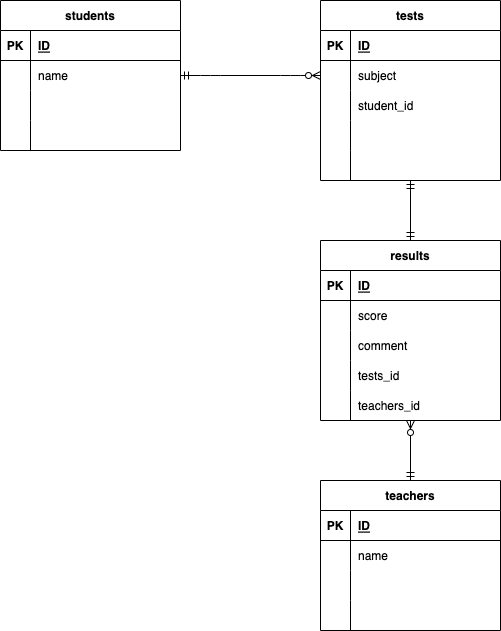
Above: exercise.drawio.png in tanakak2206/Database-design-exercise (draw.io), before the change. Source tidied: cells renumbered, new cells last; positions are measured from the earlier drawing's top-left corner, leaving out a move shared by most shapes.
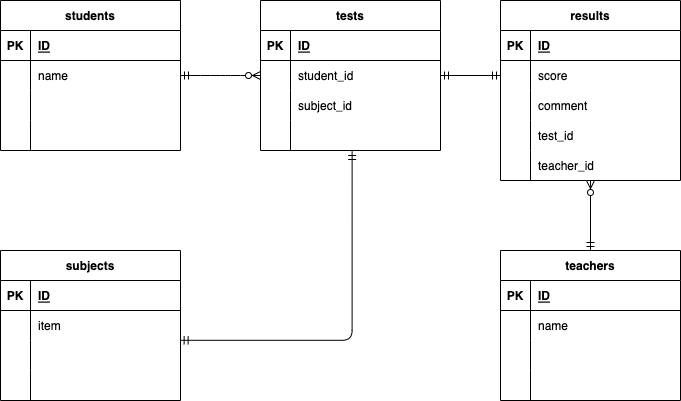
After the change.

Diff of the diagram source:
```diff
@@ -42,7 +42,7 @@
       <mxGeometry x="30" width="150" height="30" as="geometry" />
     </mxCell>
     <mxCell id="15" value="tests" style="shape=table;startSize=30;rowLines=0;fontStyle=1;align=center;" parent="1" vertex="1">
-      <mxGeometry x="320" width="180" height="180" as="geometry" />
+      <mxGeometry x="260" width="180" height="150" as="geometry" />
     </mxCell>
     <mxCell id="16" style="shape=partialRectangle;fillColor=none;top=0;left=0;bottom=1;right=0;" parent="15" vertex="1">
       <mxGeometry y="30" width="180" height="30" as="geometry" />
@@ -59,7 +59,7 @@
     <mxCell id="20" style="shape=partialRectangle;fillColor=none;top=0;left=0;bottom=0;right=0;overflow=hidden;" parent="19" vertex="1">
       <mxGeometry width="30" height="30" as="geometry" />
     </mxCell>
-    <mxCell id="21" value="subject" style="shape=partialRectangle;fillColor=none;top=0;left=0;bottom=0;right=0;align=left;spacingLeft=6;overflow=hidden;" parent="19" vertex="1">
+    <mxCell id="21" value="student_id" style="shape=partialRectangle;fillColor=none;top=0;left=0;bottom=0;right=0;align=left;spacingLeft=6;overflow=hidden;" parent="19" vertex="1">
       <mxGeometry x="30" width="150" height="30" as="geometry" />
     </mxCell>
     <mxCell id="22" style="shape=partialRectangle;fillColor=none;top=0;left=0;bottom=0;right=0;" parent="15" vertex="1">
@@ -68,7 +68,7 @@
     <mxCell id="23" style="shape=partialRectangle;fillColor=none;top=0;left=0;bottom=0;right=0;overflow=hidden;" parent="22" vertex="1">
       <mxGeometry width="30" height="30" as="geometry" />
     </mxCell>
-    <mxCell id="24" value="student_id" style="shape=partialRectangle;fillColor=none;top=0;left=0;bottom=0;right=0;align=left;spacingLeft=6;overflow=hidden;" parent="22" vertex="1">
+    <mxCell id="24" value="subject_id" style="shape=partialRectangle;fillColor=none;top=0;left=0;bottom=0;right=0;align=left;spacingLeft=6;overflow=hidden;" parent="22" vertex="1">
       <mxGeometry x="30" width="150" height="30" as="geometry" />
     </mxCell>
     <mxCell id="25" style="shape=partialRectangle;fillColor=none;top=0;left=0;bottom=0;right=0;points=[[0,0.5],[1,0.5]];portConstraint=eastwest;" parent="15" vertex="1">
@@ -80,17 +80,8 @@
     <mxCell id="27" style="shape=partialRectangle;fillColor=none;top=0;left=0;bottom=0;right=0;align=left;spacingLeft=6;overflow=hidden;" parent="25" vertex="1">
       <mxGeometry x="30" width="150" height="30" as="geometry" />
     </mxCell>
-    <mxCell id="28" style="shape=partialRectangle;fillColor=none;top=0;left=0;bottom=0;right=0;" parent="15" vertex="1">
-      <mxGeometry y="150" width="180" height="30" as="geometry" />
-    </mxCell>
-    <mxCell id="29" style="shape=partialRectangle;fillColor=none;top=0;left=0;bottom=0;right=0;overflow=hidden;" parent="28" vertex="1">
-      <mxGeometry width="30" height="30" as="geometry" />
-    </mxCell>
-    <mxCell id="30" style="shape=partialRectangle;fillColor=none;top=0;left=0;bottom=0;right=0;align=left;spacingLeft=6;overflow=hidden;" parent="28" vertex="1">
-      <mxGeometry x="30" width="150" height="30" as="geometry" />
-    </mxCell>
     <mxCell id="31" value="results" style="shape=table;startSize=30;rowLines=0;fontStyle=1;align=center;" parent="1" vertex="1">
-      <mxGeometry x="320" y="240" width="180" height="180" as="geometry" />
+      <mxGeometry x="500" width="180" height="180" as="geometry" />
     </mxCell>
     <mxCell id="32" style="shape=partialRectangle;fillColor=none;top=0;left=0;bottom=1;right=0;" parent="31" vertex="1">
       <mxGeometry y="30" width="180" height="30" as="geometry" />
@@ -125,7 +116,7 @@
     <mxCell id="42" style="shape=partialRectangle;fillColor=none;top=0;left=0;bottom=0;right=0;overflow=hidden;" parent="41" vertex="1">
       <mxGeometry width="30" height="30" as="geometry" />
     </mxCell>
-    <mxCell id="43" value="tests_id" style="shape=partialRectangle;fillColor=none;top=0;left=0;bottom=0;right=0;align=left;spacingLeft=6;overflow=hidden;" parent="41" vertex="1">
+    <mxCell id="43" value="test_id" style="shape=partialRectangle;fillColor=none;top=0;left=0;bottom=0;right=0;align=left;spacingLeft=6;overflow=hidden;" parent="41" vertex="1">
       <mxGeometry x="30" width="150" height="30" as="geometry" />
     </mxCell>
     <mxCell id="44" style="shape=partialRectangle;fillColor=none;top=0;left=0;bottom=0;right=0;" parent="31" vertex="1">
@@ -134,11 +125,11 @@
     <mxCell id="45" style="shape=partialRectangle;fillColor=none;top=0;left=0;bottom=0;right=0;overflow=hidden;" parent="44" vertex="1">
       <mxGeometry width="30" height="30" as="geometry" />
     </mxCell>
-    <mxCell id="46" value="teachers_id" style="shape=partialRectangle;fillColor=none;top=0;left=0;bottom=0;right=0;align=left;spacingLeft=6;overflow=hidden;" parent="44" vertex="1">
+    <mxCell id="46" value="teacher_id" style="shape=partialRectangle;fillColor=none;top=0;left=0;bottom=0;right=0;align=left;spacingLeft=6;overflow=hidden;" parent="44" vertex="1">
       <mxGeometry x="30" width="150" height="30" as="geometry" />
     </mxCell>
     <mxCell id="47" value="teachers" style="shape=table;startSize=30;rowLines=0;fontStyle=1;align=center;" parent="1" vertex="1">
-      <mxGeometry x="320" y="480" width="180" height="150" as="geometry" />
+      <mxGeometry x="500" y="250" width="180" height="150" as="geometry" />
     </mxCell>
     <mxCell id="48" style="shape=partialRectangle;fillColor=none;top=0;left=0;bottom=1;right=0;" parent="47" vertex="1">
       <mxGeometry y="30" width="180" height="30" as="geometry" />
@@ -181,13 +172,57 @@
     </mxCell>
     <mxCell id="61" style="fontSize=12;html=1;endArrow=ERzeroToMany;startArrow=ERmandOne;exitX=0.5;exitY=0;exitDx=0;exitDy=0;" parent="1" edge="1" source="47">
       <mxGeometry relative="1" as="geometry">
-        <mxPoint x="410" y="420" as="targetPoint" />
+        <mxPoint x="590" y="180" as="targetPoint" />
       </mxGeometry>
     </mxCell>
-    <mxCell id="62" style="fontSize=12;html=1;endArrow=ERmandOne;startArrow=ERmandOne;exitX=0.5;exitY=0;exitDx=0;exitDy=0;" parent="1" edge="1" source="31">
-      <mxGeometry relative="1" as="geometry">
-        <mxPoint x="410" y="180" as="targetPoint" />
-      </mxGeometry>
+    <mxCell id="62" style="fontSize=12;html=1;endArrow=ERmandOne;startArrow=ERmandOne;exitX=0;exitY=0.5;exitDx=0;exitDy=0;entryX=1;entryY=0.5;entryDx=0;entryDy=0;" parent="1" edge="1" source="35" target="19">
+      <mxGeometry relative="1" as="geometry" />
     </mxCell>
+    <mxCell id="63" value="subjects" style="shape=table;startSize=30;rowLines=0;fontStyle=1;align=center;" parent="1" vertex="1">
+      <mxGeometry y="250" width="180" height="150" as="geometry" />
+    </mxCell>
+    <mxCell id="64" style="shape=partialRectangle;fillColor=none;top=0;left=0;bottom=1;right=0;" parent="63" vertex="1">
+      <mxGeometry y="30" width="180" height="30" as="geometry" />
+    </mxCell>
+    <mxCell id="65" value="PK" style="shape=partialRectangle;fillColor=none;top=0;left=0;bottom=0;right=0;fontStyle=1;overflow=hidden;" parent="64" vertex="1">
+      <mxGeometry width="30" height="30" as="geometry" />
+    </mxCell>
+    <mxCell id="66" value="ID" style="shape=partialRectangle;fillColor=none;top=0;left=0;bottom=0;right=0;align=left;spacingLeft=6;fontStyle=5;overflow=hidden;" parent="64" vertex="1">
+      <mxGeometry x="30" width="150" height="30" as="geometry" />
+    </mxCell>
+    <mxCell id="67" style="shape=partialRectangle;fillColor=none;top=0;left=0;bottom=0;right=0;" parent="63" vertex="1">
+      <mxGeometry y="60" width="180" height="30" as="geometry" />
+    </mxCell>
+    <mxCell id="68" style="shape=partialRectangle;fillColor=none;top=0;left=0;bottom=0;right=0;overflow=hidden;" parent="67" vertex="1">
+      <mxGeometry width="30" height="30" as="geometry" />
+    </mxCell>
+    <mxCell id="69" value="item" style="shape=partialRectangle;fillColor=none;top=0;left=0;bottom=0;right=0;align=left;spacingLeft=6;overflow=hidden;" parent="67" vertex="1">
+      <mxGeometry x="30" width="150" height="30" as="geometry" />
+    </mxCell>
+    <mxCell id="70" style="shape=partialRectangle;fillColor=none;top=0;left=0;bottom=0;right=0;points=[[0,0.5],[1,0.5]];portConstraint=eastwest;" parent="63" vertex="1">
+      <mxGeometry y="90" width="180" height="30" as="geometry" />
+    </mxCell>
+    <mxCell id="71" style="shape=partialRectangle;fillColor=none;top=0;left=0;bottom=0;right=0;overflow=hidden;" parent="70" vertex="1">
+      <mxGeometry width="30" height="30" as="geometry" />
+    </mxCell>
+    <mxCell id="72" style="shape=partialRectangle;fillColor=none;top=0;left=0;bottom=0;right=0;align=left;spacingLeft=6;overflow=hidden;" parent="70" vertex="1">
+      <mxGeometry x="30" width="150" height="30" as="geometry" />
+    </mxCell>
+    <mxCell id="73" style="shape=partialRectangle;fillColor=none;top=0;left=0;bottom=0;right=0;" parent="63" vertex="1">
+      <mxGeometry y="120" width="180" height="30" as="geometry" />
+    </mxCell>
+    <mxCell id="74" style="shape=partialRectangle;fillColor=none;top=0;left=0;bottom=0;right=0;overflow=hidden;" parent="73" vertex="1">
+      <mxGeometry width="30" height="30" as="geometry" />
+    </mxCell>
+    <mxCell id="75" style="shape=partialRectangle;fillColor=none;top=0;left=0;bottom=0;right=0;align=left;spacingLeft=6;overflow=hidden;" parent="73" vertex="1">
+      <mxGeometry x="30" width="150" height="30" as="geometry" />
+    </mxCell>
+    <mxCell id="76" style="edgeStyle=orthogonalEdgeStyle;fontSize=12;html=1;endArrow=ERmandOne;startArrow=ERmandOne;exitX=0.998;exitY=-0.007;exitDx=0;exitDy=0;exitPerimeter=0;entryX=0.509;entryY=1.033;entryDx=0;entryDy=0;entryPerimeter=0;" parent="1" edge="1" source="70" target="25">
+      <mxGeometry relative="1" as="geometry">
+        <Array as="points">
+          <mxPoint x="352" y="340" />
+        </Array>
+      </mxGeometry>
+    </mxCell>
   </root>
 </mxGraphModel>
```
